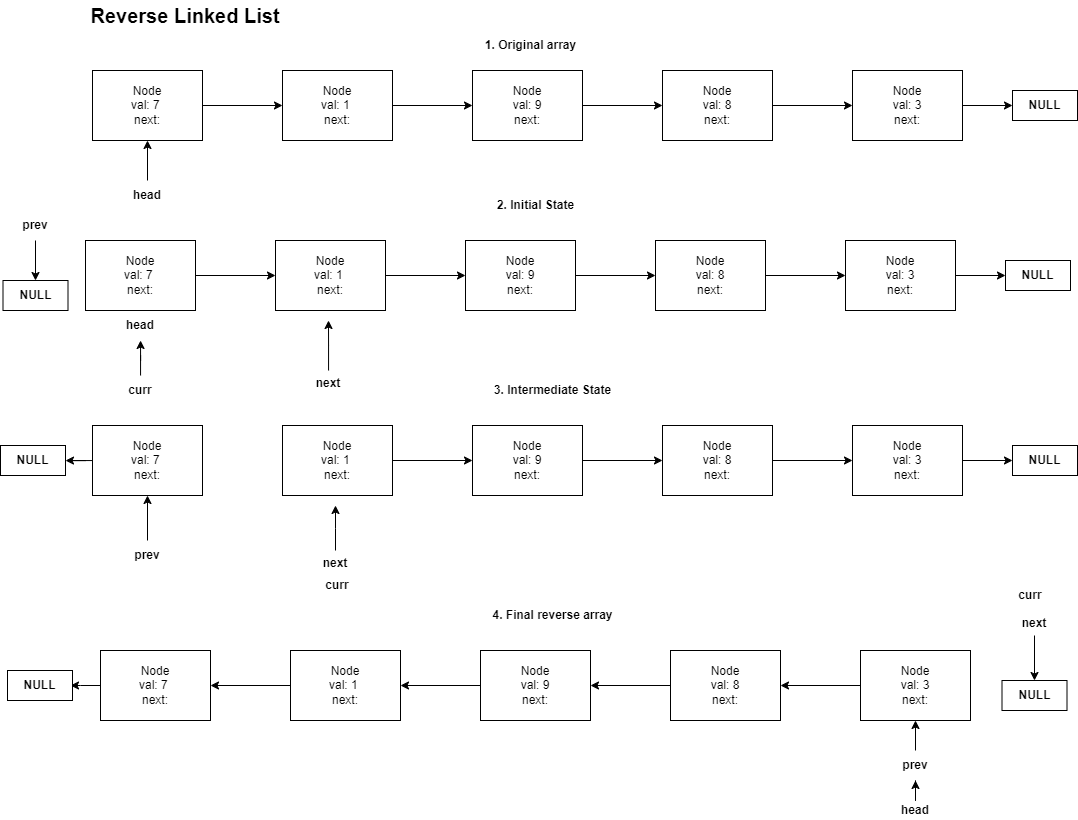
usernameAshu/Java21ExamPractice keeps this draw.io diagram as reverse-linked-list.png. Above is the earlier version. Source tidied: cells renumbered, new cells last; positions are measured from the earlier drawing's top-left corner, leaving out a move shared by most shapes.
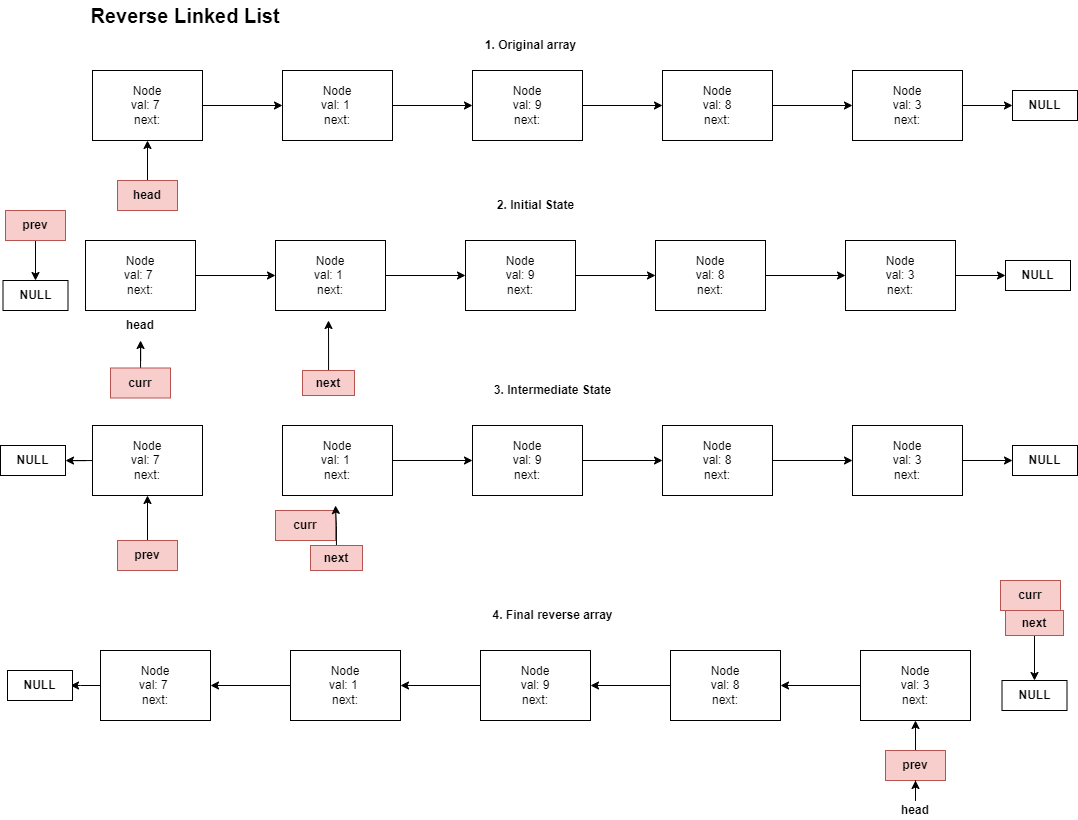
Later version of the same file.

Commit message:
daily challenge, reverse K group pdf

The edit, as a diff of the source:
```diff
@@ -67,16 +67,16 @@
     <mxCell id="22" style="edgeStyle=orthogonalEdgeStyle;rounded=0;jettySize=auto;html=1;entryX=0.5;entryY=0;entryDx=0;entryDy=0;" parent="1" edge="1" source="23" target="29">
       <mxGeometry relative="1" as="geometry" />
     </mxCell>
-    <mxCell id="23" value="&lt;b&gt;next&lt;/b&gt;" style="text;html=1;align=center;verticalAlign=middle;whiteSpace=wrap;rounded=0;" parent="1" vertex="1">
+    <mxCell id="23" value="&lt;b&gt;next&lt;/b&gt;" style="text;html=1;align=center;verticalAlign=middle;whiteSpace=wrap;rounded=0;fillColor=#f8cecc;strokeColor=#b85450;" parent="1" vertex="1">
       <mxGeometry x="1005" y="610" width="58" height="25" as="geometry" />
     </mxCell>
-    <mxCell id="24" value="&lt;b&gt;curr&lt;/b&gt;" style="text;html=1;align=center;verticalAlign=middle;whiteSpace=wrap;rounded=0;" parent="1" vertex="1">
+    <mxCell id="24" value="&lt;b&gt;curr&lt;/b&gt;" style="text;html=1;align=center;verticalAlign=middle;whiteSpace=wrap;rounded=0;fillColor=#f8cecc;strokeColor=#b85450;" parent="1" vertex="1">
       <mxGeometry x="1000" y="580" width="60" height="30" as="geometry" />
     </mxCell>
     <mxCell id="25" style="edgeStyle=orthogonalEdgeStyle;rounded=0;jettySize=auto;html=1;" parent="1" edge="1" source="26" target="21">
       <mxGeometry relative="1" as="geometry" />
     </mxCell>
-    <mxCell id="26" value="&lt;b&gt;prev&lt;/b&gt;" style="text;html=1;align=center;verticalAlign=middle;whiteSpace=wrap;rounded=0;" parent="1" vertex="1">
+    <mxCell id="26" value="&lt;b&gt;prev&lt;/b&gt;" style="text;html=1;align=center;verticalAlign=middle;whiteSpace=wrap;rounded=0;fillColor=#f8cecc;strokeColor=#b85450;" parent="1" vertex="1">
       <mxGeometry x="885" y="750" width="60" height="30" as="geometry" />
     </mxCell>
     <mxCell id="27" value="&lt;b&gt;NULL&lt;/b&gt;" style="rounded=0;whiteSpace=wrap;html=1;" parent="1" vertex="1">
@@ -133,7 +133,7 @@
     <mxCell id="44" style="edgeStyle=orthogonalEdgeStyle;rounded=0;jettySize=auto;html=1;entryX=0.5;entryY=0;entryDx=0;entryDy=0;" parent="1" edge="1" source="45" target="46">
       <mxGeometry relative="1" as="geometry" />
     </mxCell>
-    <mxCell id="45" value="&lt;b&gt;prev&lt;/b&gt;" style="text;html=1;align=center;verticalAlign=middle;whiteSpace=wrap;rounded=0;" parent="1" vertex="1">
+    <mxCell id="45" value="&lt;b&gt;prev&lt;/b&gt;" style="text;html=1;align=center;verticalAlign=middle;whiteSpace=wrap;rounded=0;fillColor=#f8cecc;strokeColor=#b85450;" parent="1" vertex="1">
       <mxGeometry x="5" y="210" width="60" height="30" as="geometry" />
     </mxCell>
     <mxCell id="46" value="&lt;b&gt;NULL&lt;/b&gt;" style="rounded=0;whiteSpace=wrap;html=1;" parent="1" vertex="1">
@@ -151,15 +151,15 @@
     <mxCell id="50" style="edgeStyle=orthogonalEdgeStyle;rounded=0;jettySize=auto;html=1;" parent="1" edge="1" source="51" target="47">
       <mxGeometry relative="1" as="geometry" />
     </mxCell>
-    <mxCell id="51" value="&lt;b&gt;curr&lt;/b&gt;" style="text;html=1;align=center;verticalAlign=middle;whiteSpace=wrap;rounded=0;" parent="1" vertex="1">
-      <mxGeometry x="110" y="375" width="60" height="30" as="geometry" />
+    <mxCell id="51" value="&lt;b&gt;curr&lt;/b&gt;" style="text;html=1;align=center;verticalAlign=middle;whiteSpace=wrap;rounded=0;fillColor=#f8cecc;strokeColor=#b85450;" parent="1" vertex="1">
+      <mxGeometry x="110" y="367.5" width="60" height="30" as="geometry" />
     </mxCell>
     <mxCell id="52" style="edgeStyle=orthogonalEdgeStyle;rounded=0;jettySize=auto;html=1;" parent="1" edge="1" source="53">
       <mxGeometry relative="1" as="geometry">
         <mxPoint x="328" y="320" as="targetPoint" />
       </mxGeometry>
     </mxCell>
-    <mxCell id="53" value="&lt;b&gt;next&lt;/b&gt;" style="text;html=1;align=center;verticalAlign=middle;whiteSpace=wrap;rounded=0;" parent="1" vertex="1">
+    <mxCell id="53" value="&lt;b&gt;next&lt;/b&gt;" style="text;html=1;align=center;verticalAlign=middle;whiteSpace=wrap;rounded=0;fillColor=#f8cecc;strokeColor=#b85450;" parent="1" vertex="1">
       <mxGeometry x="302" y="370" width="52" height="25" as="geometry" />
     </mxCell>
     <mxCell id="54" style="edgeStyle=orthogonalEdgeStyle;rounded=0;jettySize=auto;html=1;" parent="1" edge="1" source="55" target="68">
@@ -201,22 +201,22 @@
     <mxCell id="66" style="edgeStyle=orthogonalEdgeStyle;rounded=0;jettySize=auto;html=1;entryX=0.5;entryY=1;entryDx=0;entryDy=0;" parent="1" edge="1" source="67" target="55">
       <mxGeometry relative="1" as="geometry" />
     </mxCell>
-    <mxCell id="67" value="&lt;b&gt;prev&lt;/b&gt;" style="text;html=1;align=center;verticalAlign=middle;whiteSpace=wrap;rounded=0;" parent="1" vertex="1">
+    <mxCell id="67" value="&lt;b&gt;prev&lt;/b&gt;" style="text;html=1;align=center;verticalAlign=middle;whiteSpace=wrap;rounded=0;fillColor=#f8cecc;strokeColor=#b85450;" parent="1" vertex="1">
       <mxGeometry x="117" y="540" width="60" height="30" as="geometry" />
     </mxCell>
     <mxCell id="68" value="&lt;b&gt;NULL&lt;/b&gt;" style="rounded=0;whiteSpace=wrap;html=1;" parent="1" vertex="1">
       <mxGeometry y="445" width="65" height="30" as="geometry" />
     </mxCell>
-    <mxCell id="69" value="&lt;b&gt;curr&lt;/b&gt;" style="text;html=1;align=center;verticalAlign=middle;whiteSpace=wrap;rounded=0;" parent="1" vertex="1">
-      <mxGeometry x="307" y="570" width="60" height="30" as="geometry" />
+    <mxCell id="69" value="&lt;b&gt;curr&lt;/b&gt;" style="text;html=1;align=center;verticalAlign=middle;whiteSpace=wrap;rounded=0;fillColor=#f8cecc;strokeColor=#b85450;" parent="1" vertex="1">
+      <mxGeometry x="275" y="510" width="60" height="30" as="geometry" />
     </mxCell>
     <mxCell id="70" style="edgeStyle=orthogonalEdgeStyle;rounded=0;jettySize=auto;html=1;" parent="1" edge="1" source="71">
       <mxGeometry relative="1" as="geometry">
         <mxPoint x="335" y="505" as="targetPoint" />
       </mxGeometry>
     </mxCell>
-    <mxCell id="71" value="&lt;b&gt;next&lt;/b&gt;" style="text;html=1;align=center;verticalAlign=middle;whiteSpace=wrap;rounded=0;" parent="1" vertex="1">
-      <mxGeometry x="309" y="550" width="52" height="25" as="geometry" />
+    <mxCell id="71" value="&lt;b&gt;next&lt;/b&gt;" style="text;html=1;align=center;verticalAlign=middle;whiteSpace=wrap;rounded=0;fillColor=#f8cecc;strokeColor=#b85450;" parent="1" vertex="1">
+      <mxGeometry x="310" y="545" width="52" height="25" as="geometry" />
     </mxCell>
     <mxCell id="72" value="&lt;b&gt;&lt;font style=&quot;font-size: 20px;&quot;&gt;Reverse Linked List&lt;/font&gt;&lt;/b&gt;" style="text;html=1;align=center;verticalAlign=middle;whiteSpace=wrap;rounded=0;" parent="1" vertex="1">
       <mxGeometry x="8" width="354" height="30" as="geometry" />
@@ -224,7 +224,7 @@
     <mxCell id="73" style="edgeStyle=orthogonalEdgeStyle;rounded=0;jettySize=auto;html=1;" parent="1" edge="1" source="74" target="3">
       <mxGeometry relative="1" as="geometry" />
     </mxCell>
-    <mxCell id="74" value="&lt;b&gt;head&lt;/b&gt;" style="text;html=1;align=center;verticalAlign=middle;whiteSpace=wrap;rounded=0;" parent="1" vertex="1">
+    <mxCell id="74" value="&lt;b&gt;head&lt;/b&gt;" style="text;html=1;align=center;verticalAlign=middle;whiteSpace=wrap;rounded=0;fillColor=#f8cecc;strokeColor=#b85450;" parent="1" vertex="1">
       <mxGeometry x="117" y="180" width="60" height="30" as="geometry" />
     </mxCell>
   </root>
```
